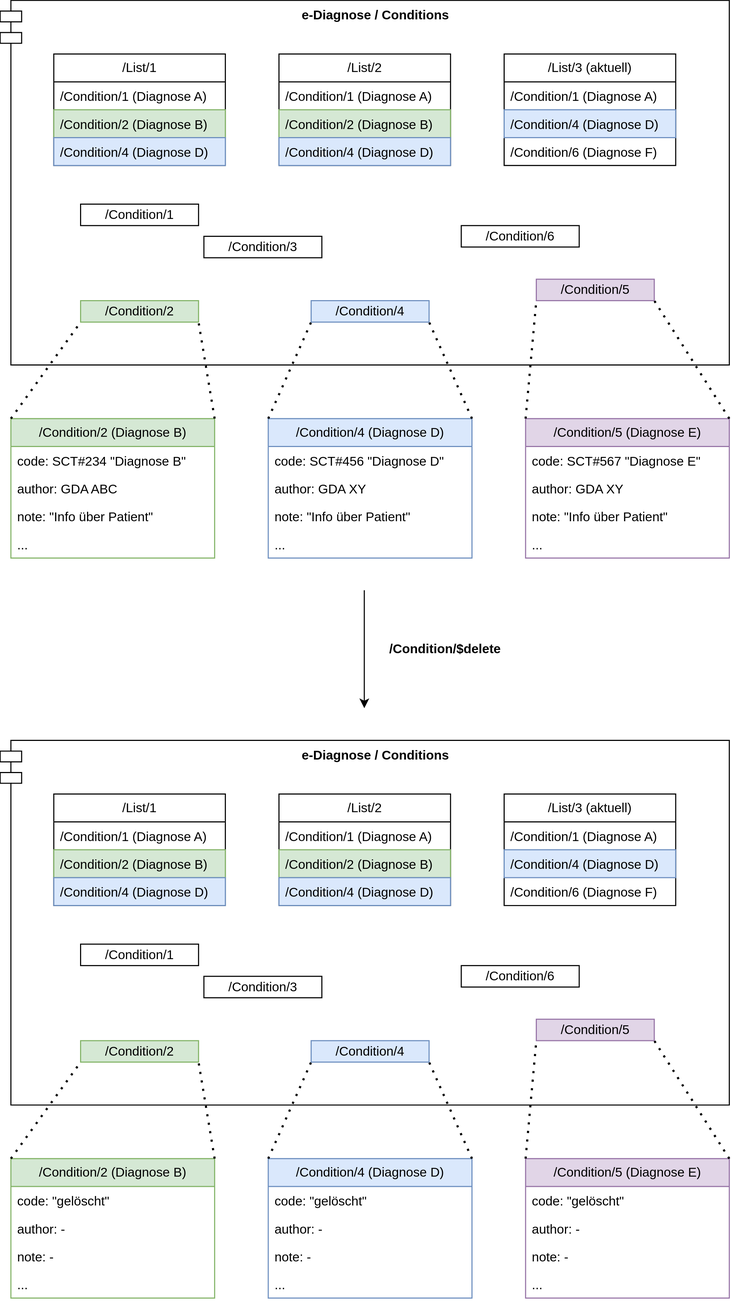
Above: r4-ELGA-e-Diagnose-main/patient_delete.drawio.svg in HL7Austria/hl7austria.github.io (draw.io), before the change. Source tidied: cells renumbered, new cells last; positions are measured from the earlier drawing's top-left corner, leaving out a move shared by most shapes.
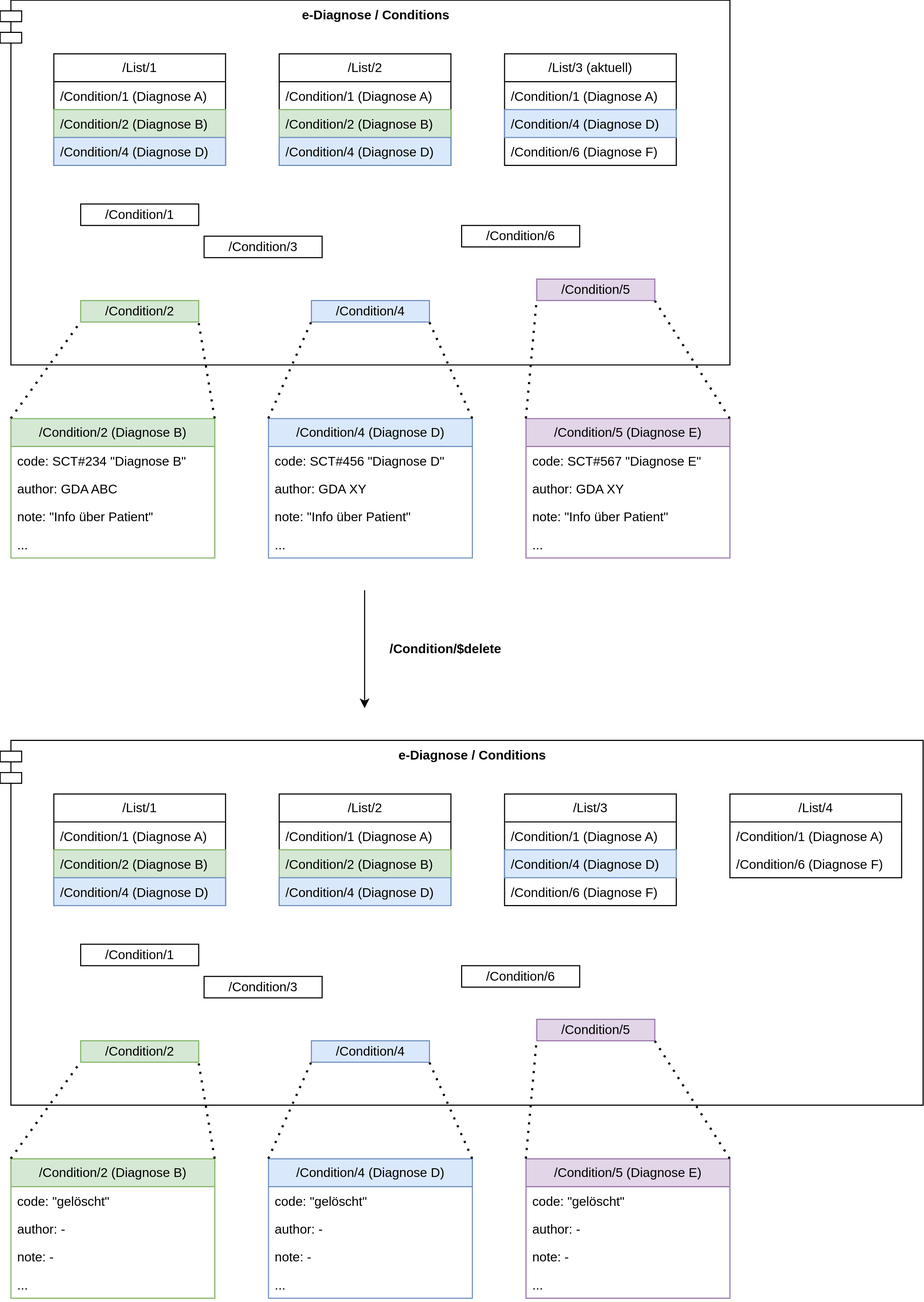
After the commit.

Change to the diagram source:
```diff
@@ -132,7 +132,7 @@
       <mxGeometry relative="1" as="geometry" />
     </mxCell>
     <mxCell id="44" value="&lt;b style=&quot;background-color: light-dark(#ffffff, var(--ge-dark-color, #121212));&quot;&gt;e-Diagnose / Conditions&lt;/b&gt;" style="shape=module;align=left;spacingLeft=20;align=center;verticalAlign=top;whiteSpace=wrap;html=1;" parent="1" vertex="1">
-      <mxGeometry y="690" width="680" height="340" as="geometry" />
+      <mxGeometry y="690" width="860" height="340" as="geometry" />
     </mxCell>
     <mxCell id="45" value="/List/1" style="swimlane;fontStyle=0;horizontal=1;startSize=26;fillColor=none;whiteSpace=wrap;html=1;" parent="1" vertex="1">
       <mxGeometry x="50" y="740" width="160" height="104" as="geometry" />
@@ -158,7 +158,7 @@
     <mxCell id="52" value="/Condition/4 (Diagnose D)" style="text;strokeColor=#6c8ebf;fillColor=#dae8fc;align=left;verticalAlign=top;spacingLeft=4;spacingRight=4;overflow=hidden;whiteSpace=wrap;html=1;" parent="49" vertex="1">
       <mxGeometry y="78" width="160" height="26" as="geometry" />
     </mxCell>
-    <mxCell id="53" value="/List/3 (aktuell)" style="swimlane;fontStyle=0;horizontal=1;startSize=26;fillColor=none;whiteSpace=wrap;html=1;" parent="1" vertex="1">
+    <mxCell id="53" value="/List/3" style="swimlane;fontStyle=0;horizontal=1;startSize=26;fillColor=none;whiteSpace=wrap;html=1;" parent="1" vertex="1">
       <mxGeometry x="470" y="740" width="160" height="104" as="geometry" />
     </mxCell>
     <mxCell id="54" value="/Condition/1 (Diagnose A)" style="text;strokeColor=none;fillColor=none;align=left;verticalAlign=top;spacingLeft=4;spacingRight=4;overflow=hidden;whiteSpace=wrap;html=1;" parent="53" vertex="1">
@@ -251,5 +251,14 @@
     <mxCell id="83" style="endArrow=none;dashed=1;html=1;dashPattern=1 3;strokeWidth=2;rounded=0;entryX=1;entryY=1;entryDx=0;entryDy=0;exitX=1;exitY=0;exitDx=0;exitDy=0;" parent="1" edge="1" source="70" target="61">
       <mxGeometry relative="1" as="geometry" />
     </mxCell>
+    <mxCell id="84" value="/List/4" style="swimlane;fontStyle=0;horizontal=1;startSize=26;fillColor=none;whiteSpace=wrap;html=1;" parent="1" vertex="1">
+      <mxGeometry x="680" y="740" width="160" height="78" as="geometry" />
+    </mxCell>
+    <mxCell id="85" value="/Condition/1 (Diagnose A)" style="text;strokeColor=none;fillColor=none;align=left;verticalAlign=top;spacingLeft=4;spacingRight=4;overflow=hidden;whiteSpace=wrap;html=1;" parent="84" vertex="1">
+      <mxGeometry y="26" width="160" height="26" as="geometry" />
+    </mxCell>
+    <mxCell id="86" value="/Condition/6 (Diagnose F)" style="text;strokeColor=none;fillColor=none;align=left;verticalAlign=top;spacingLeft=4;spacingRight=4;overflow=hidden;whiteSpace=wrap;html=1;" parent="84" vertex="1">
+      <mxGeometry y="52" width="160" height="26" as="geometry" />
+    </mxCell>
   </root>
 </mxGraphModel>
```
